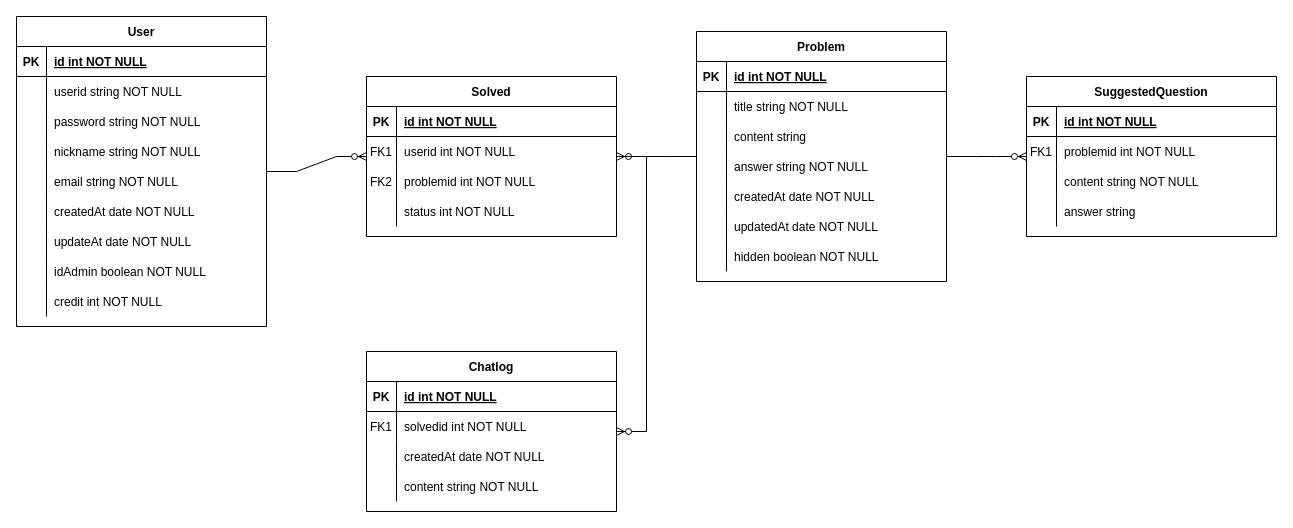
This is 23-1 CodeCat ERD.drawio from skkuse/2023spring_41class_team2, a draw.io file, before an edit. Source tidied: cells renumbered, new cells numbered last; positions are measured from the earlier drawing's top-left corner, leaving out a move shared by most shapes. Both pictures are drawn from the tidied source at 100%, with x=0, y=0 at pixel (16, 16).
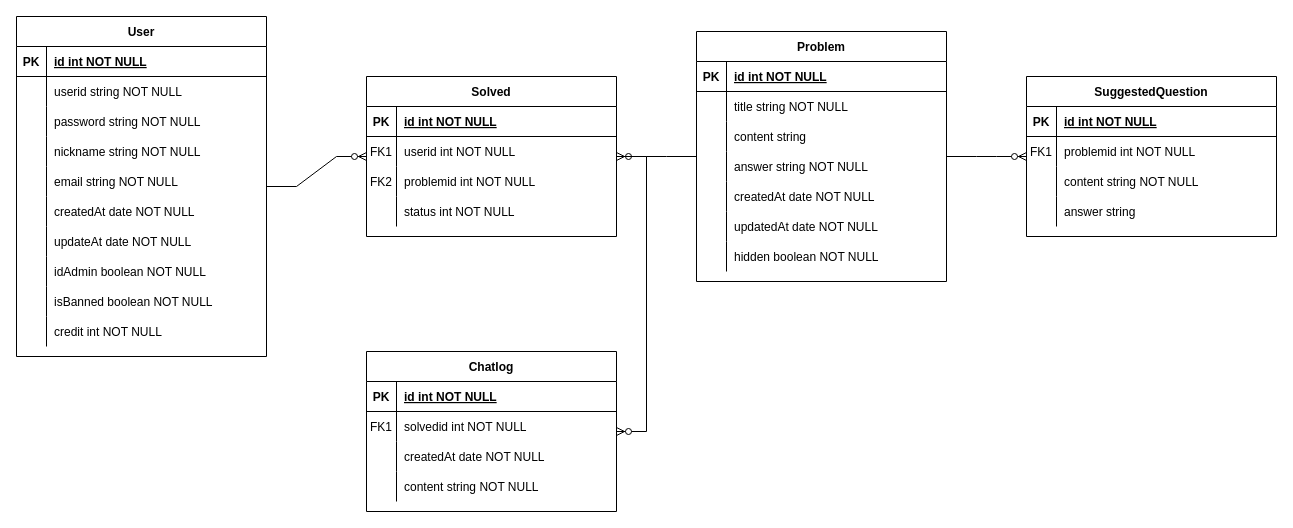
The same page after the edit.

What changed in the source:
```diff
@@
     <mxCell id="37" value="User" style="shape=table;startSize=30;childLayout=tableLayout;rowLines=0;fontStyle=1;align=center;" parent="1" vertex="1">
-      <mxGeometry width="250" height="310" as="geometry" />
+      <mxGeometry width="250" height="340" as="geometry" />
     </mxCell>
@@
+    <mxCell id="95" style="shape=partialRectangle;fillColor=none;top=0;left=0;right=0;bottom=0;" parent="37" vertex="1">
+      <mxGeometry y="270" width="250" height="30" as="geometry" />
+    </mxCell>
+    <mxCell id="96" style="shape=partialRectangle;overflow=hidden;fillColor=none;top=0;left=0;bottom=0;right=0;" parent="95" vertex="1">
+      <mxGeometry width="30" height="30" as="geometry" />
+    </mxCell>
+    <mxCell id="97" value="isBanned boolean NOT NULL" style="shape=partialRectangle;overflow=hidden;fillColor=none;top=0;left=0;bottom=0;right=0;align=left;spacingLeft=6;" parent="95" vertex="1">
+      <mxGeometry x="30" width="220" height="30" as="geometry" />
+    </mxCell>
     <mxCell id="62" style="shape=partialRectangle;fillColor=none;top=0;left=0;right=0;bottom=0;" parent="37" vertex="1">
-      <mxGeometry y="270" width="250" height="30" as="geometry" />
+      <mxGeometry y="300" width="250" height="30" as="geometry" />
     </mxCell>
```
